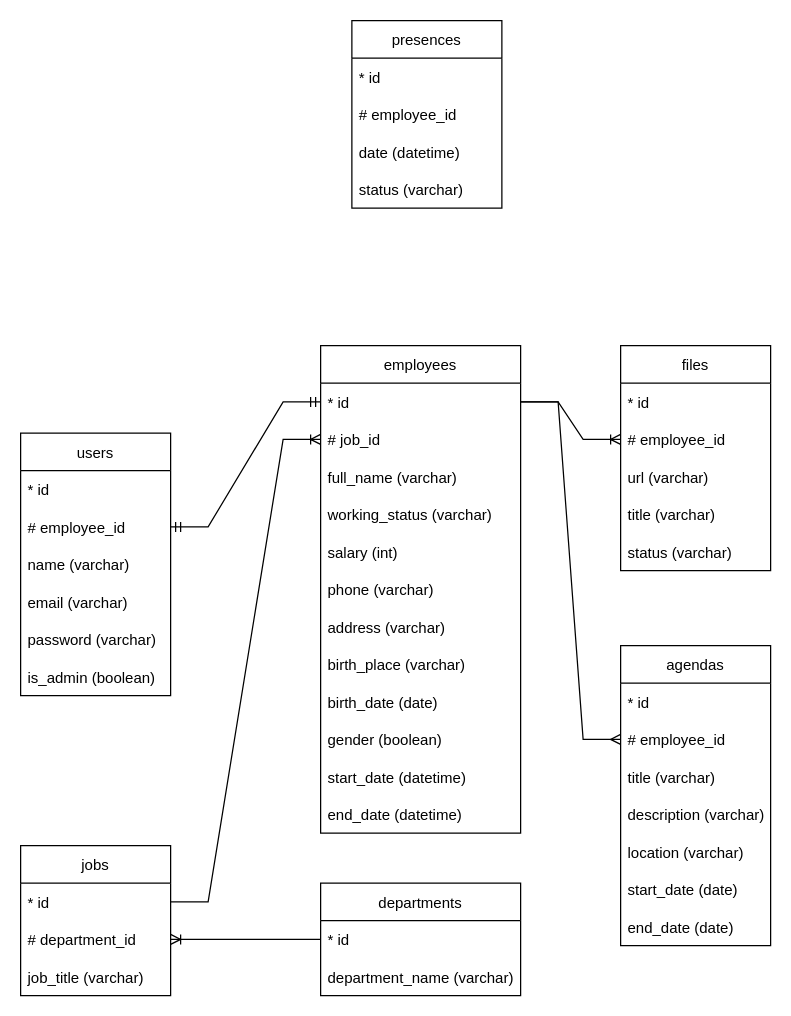
Before: dbdesign.drawio in ARSTCreations/web-4th-semester, a draw.io diagram. Source tidied: cells renumbered, new cells numbered last; positions are measured from the earlier drawing's top-left corner, leaving out a move shared by most shapes. Both pictures are drawn from the tidied source at 125%, with x=0, y=0 at pixel (20, 20).
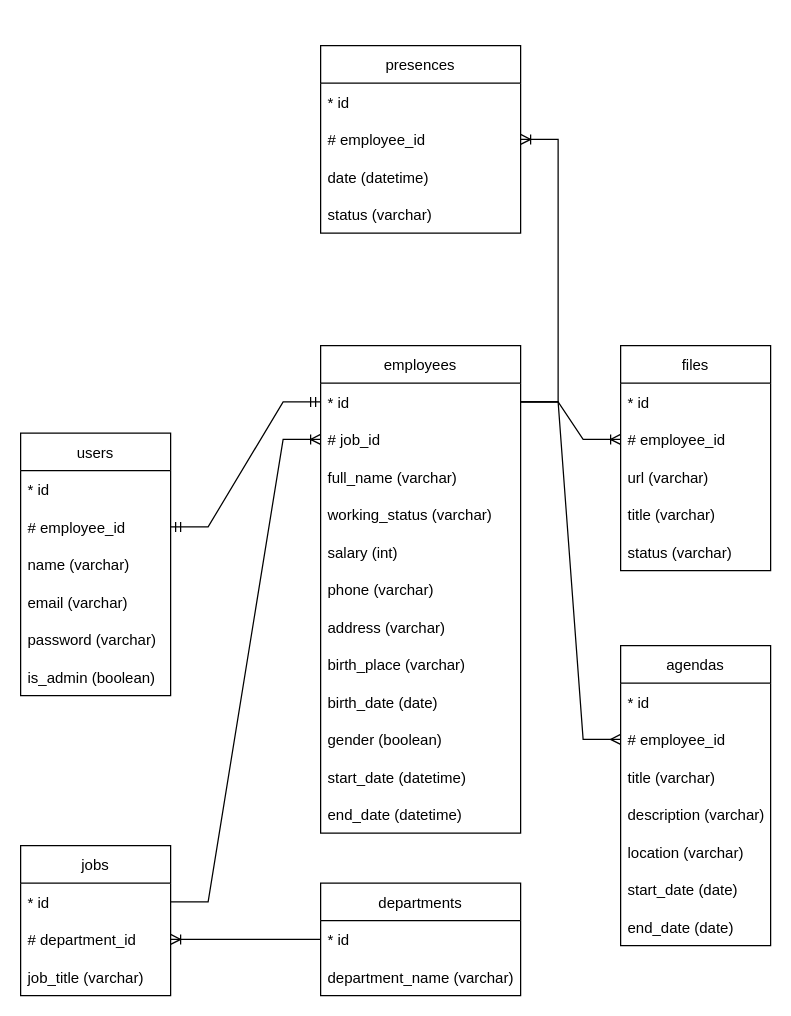
After the change.

Unchanged cells that the change refers to:
```xml
<mxCell id="10" value="* id" style="text;strokeColor=none;fillColor=none;align=left;verticalAlign=middle;spacingLeft=4;spacingRight=4;overflow=hidden;points=[[0,0.5],[1,0.5]];portConstraint=eastwest;" parent="9" vertex="1">
  <mxGeometry y="30" width="160" height="30" as="geometry" />
</mxCell>
```

Diff of the diagram source:
```diff
@@
     <mxCell id="48" value="presences" style="swimlane;fontStyle=0;horizontal=1;startSize=30;" parent="1" vertex="1">
-      <mxGeometry x="265" width="120" height="150" as="geometry" />
+      <mxGeometry x="240" y="20" width="160" height="150" as="geometry" />
     </mxCell>
     <mxCell id="49" value="* id" style="text;strokeColor=none;fillColor=none;align=left;verticalAlign=middle;spacingLeft=4;spacingRight=4;overflow=hidden;" parent="48" vertex="1">
-      <mxGeometry y="30" width="120" height="30" as="geometry" />
+      <mxGeometry y="30" width="160" height="30" as="geometry" />
     </mxCell>
     <mxCell id="50" value="# employee_id" style="text;strokeColor=none;fillColor=none;align=left;verticalAlign=middle;spacingLeft=4;spacingRight=4;overflow=hidden;points=[[0,0.5],[1,0.5]];portConstraint=eastwest;" parent="48" vertex="1">
-      <mxGeometry y="60" width="120" height="30" as="geometry" />
+      <mxGeometry y="60" width="160" height="30" as="geometry" />
     </mxCell>
     <mxCell id="51" value="date (datetime)" style="text;strokeColor=none;fillColor=none;align=left;verticalAlign=middle;spacingLeft=4;spacingRight=4;overflow=hidden;" parent="48" vertex="1">
-      <mxGeometry y="90" width="120" height="30" as="geometry" />
+      <mxGeometry y="90" width="160" height="30" as="geometry" />
     </mxCell>
     <mxCell id="52" value="status (varchar)" style="text;strokeColor=none;fillColor=none;align=left;verticalAlign=middle;spacingLeft=4;spacingRight=4;overflow=hidden;" parent="48" vertex="1">
-      <mxGeometry y="120" width="120" height="30" as="geometry" />
+      <mxGeometry y="120" width="160" height="30" as="geometry" />
     </mxCell>
+    <mxCell id="53" style="edgeStyle=entityRelationEdgeStyle;fontSize=12;html=1;endArrow=ERoneToMany;rounded=0;" parent="1" edge="1" source="10" target="50">
+      <mxGeometry relative="1" as="geometry" />
+    </mxCell>
```
